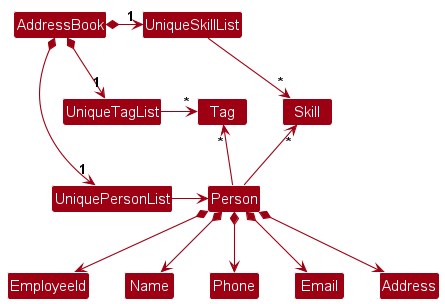
Above: docs/images/BetterModelClassDiagram.png in nus-cs2103-AY2425S1/tp (PlantUML), before the change.
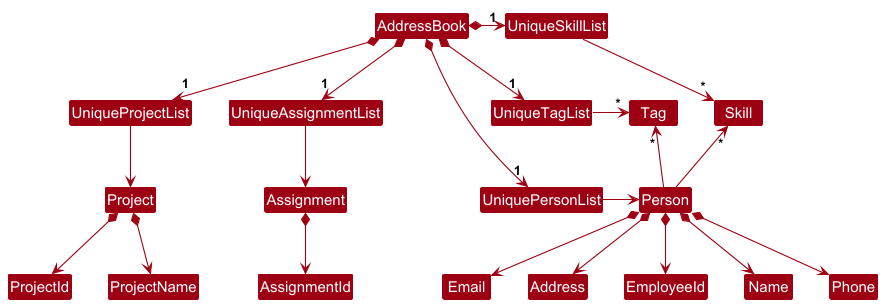
The same file after the commit.

Commit message:
Update Model Component UML images in DG

The edit, as a diff of the source:
```diff
@@ -5,8 +5,11 @@
 skinparam classBackgroundColor MODEL_COLOR
 
 AddressBook *-right-> "1" UniquePersonList
+AddressBook *-down-> "1" UniqueProjectList
+AddressBook *-down-> "1" UniqueAssignmentList
 AddressBook *-right-> "1" UniqueTagList
 AddressBook *-right-> "1" UniqueSkillList
+UniqueAssignmentList -[hidden]left- UniqueProjectList
 UniqueTagList -[hidden]down- UniquePersonList
 UniqueTagList -[hidden]down- UniquePersonList
 UniqueSkillList -[hidden]down- UniqueTagList
@@ -24,4 +27,13 @@
 Person *--> Phone
 Person *--> Email
 Person *--> Address
+
+UniqueProjectList --> Project
+
+Project *--> ProjectName
+Project *--> ProjectId
+
+UniqueAssignmentList --> Assignment
+
+Assignment *--> AssignmentId
 @enduml
```
